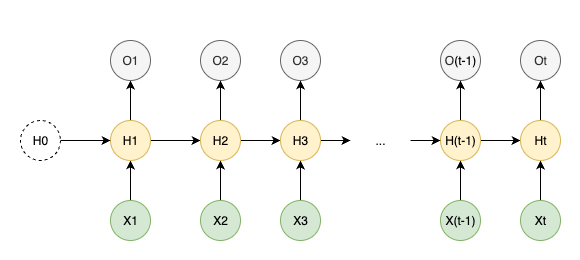
Before: assets/images/RNN unrolled architecture.png, a diagram exported from draw.io (Wayne82/wayne82.github.io). Source tidied: cells renumbered, new cells last; positions are measured from the earlier drawing's top-left corner, leaving out a move shared by most shapes. The source it was exported from:
```xml
<mxGraphModel>
  <root>
    <mxCell id="0" />
    <mxCell id="1" parent="0" />
    <mxCell id="2" style="rounded=0;whiteSpace=wrap;html=1;strokeColor=none;" parent="1" vertex="1">
      <mxGeometry width="580" height="260" as="geometry" />
    </mxCell>
    <mxCell id="3" style="edgeStyle=orthogonalEdgeStyle;rounded=0;jettySize=auto;html=1;" parent="1" edge="1" source="4" target="7">
      <mxGeometry relative="1" as="geometry" />
    </mxCell>
    <mxCell id="4" value="X1" style="ellipse;whiteSpace=wrap;html=1;fillColor=#d5e8d4;strokeColor=#82b366;" parent="1" vertex="1">
      <mxGeometry x="110" y="200" width="40" height="40" as="geometry" />
    </mxCell>
    <mxCell id="5" style="edgeStyle=orthogonalEdgeStyle;rounded=0;jettySize=auto;html=1;" parent="1" edge="1" source="7" target="8">
      <mxGeometry relative="1" as="geometry" />
    </mxCell>
    <mxCell id="6" style="edgeStyle=orthogonalEdgeStyle;rounded=0;jettySize=auto;html=1;" parent="1" edge="1" source="7" target="13">
      <mxGeometry relative="1" as="geometry" />
    </mxCell>
    <mxCell id="7" value="H1" style="ellipse;whiteSpace=wrap;html=1;fillColor=#fff2cc;strokeColor=#d6b656;" parent="1" vertex="1">
      <mxGeometry x="110" y="120" width="40" height="40" as="geometry" />
    </mxCell>
    <mxCell id="8" value="O1" style="ellipse;whiteSpace=wrap;html=1;fillColor=#f5f5f5;fontColor=#333333;strokeColor=#666666;" parent="1" vertex="1">
      <mxGeometry x="110" y="40" width="40" height="40" as="geometry" />
    </mxCell>
    <mxCell id="9" style="edgeStyle=orthogonalEdgeStyle;rounded=0;jettySize=auto;html=1;" parent="1" edge="1" source="10" target="13">
      <mxGeometry relative="1" as="geometry" />
    </mxCell>
    <mxCell id="10" value="X2" style="ellipse;whiteSpace=wrap;html=1;fillColor=#d5e8d4;strokeColor=#82b366;" parent="1" vertex="1">
      <mxGeometry x="200" y="200" width="40" height="40" as="geometry" />
    </mxCell>
    <mxCell id="11" style="edgeStyle=orthogonalEdgeStyle;rounded=0;jettySize=auto;html=1;" parent="1" edge="1" source="13" target="14">
      <mxGeometry relative="1" as="geometry" />
    </mxCell>
    <mxCell id="12" style="edgeStyle=orthogonalEdgeStyle;rounded=0;jettySize=auto;html=1;" parent="1" edge="1" source="13" target="19">
      <mxGeometry relative="1" as="geometry" />
    </mxCell>
    <mxCell id="13" value="H2" style="ellipse;whiteSpace=wrap;html=1;fillColor=#fff2cc;strokeColor=#d6b656;" parent="1" vertex="1">
      <mxGeometry x="200" y="120" width="40" height="40" as="geometry" />
    </mxCell>
    <mxCell id="14" value="O2" style="ellipse;whiteSpace=wrap;html=1;fillColor=#f5f5f5;fontColor=#333333;strokeColor=#666666;" parent="1" vertex="1">
      <mxGeometry x="200" y="40" width="40" height="40" as="geometry" />
    </mxCell>
    <mxCell id="15" style="edgeStyle=orthogonalEdgeStyle;rounded=0;jettySize=auto;html=1;" parent="1" edge="1" source="16" target="19">
      <mxGeometry relative="1" as="geometry" />
    </mxCell>
    <mxCell id="16" value="X3" style="ellipse;whiteSpace=wrap;html=1;fillColor=#d5e8d4;strokeColor=#82b366;" parent="1" vertex="1">
      <mxGeometry x="280" y="200" width="40" height="40" as="geometry" />
    </mxCell>
    <mxCell id="17" style="edgeStyle=orthogonalEdgeStyle;rounded=0;jettySize=auto;html=1;" parent="1" edge="1" source="19" target="20">
      <mxGeometry relative="1" as="geometry" />
    </mxCell>
    <mxCell id="18" style="edgeStyle=orthogonalEdgeStyle;rounded=0;jettySize=auto;html=1;" parent="1" edge="1" source="19" target="28">
      <mxGeometry relative="1" as="geometry" />
    </mxCell>
    <mxCell id="19" value="H3" style="ellipse;whiteSpace=wrap;html=1;fillColor=#fff2cc;strokeColor=#d6b656;" parent="1" vertex="1">
      <mxGeometry x="280" y="120" width="40" height="40" as="geometry" />
    </mxCell>
    <mxCell id="20" value="O3" style="ellipse;whiteSpace=wrap;html=1;fillColor=#f5f5f5;fontColor=#333333;strokeColor=#666666;" parent="1" vertex="1">
      <mxGeometry x="280" y="40" width="40" height="40" as="geometry" />
    </mxCell>
    <mxCell id="21" style="edgeStyle=orthogonalEdgeStyle;rounded=0;jettySize=auto;html=1;" parent="1" edge="1" source="22" target="25">
      <mxGeometry relative="1" as="geometry" />
    </mxCell>
    <mxCell id="22" value="X(t-1)" style="ellipse;whiteSpace=wrap;html=1;fillColor=#d5e8d4;strokeColor=#82b366;" parent="1" vertex="1">
      <mxGeometry x="440" y="200" width="40" height="40" as="geometry" />
    </mxCell>
    <mxCell id="23" style="edgeStyle=orthogonalEdgeStyle;rounded=0;jettySize=auto;html=1;" parent="1" edge="1" source="25" target="26">
      <mxGeometry relative="1" as="geometry" />
    </mxCell>
    <mxCell id="24" style="edgeStyle=orthogonalEdgeStyle;rounded=0;jettySize=auto;html=1;" parent="1" edge="1" source="25" target="32">
      <mxGeometry relative="1" as="geometry" />
    </mxCell>
    <mxCell id="25" value="H(t-1)" style="ellipse;whiteSpace=wrap;html=1;fillColor=#fff2cc;strokeColor=#d6b656;" parent="1" vertex="1">
      <mxGeometry x="440" y="120" width="40" height="40" as="geometry" />
    </mxCell>
    <mxCell id="26" value="O&lt;span style=&quot;color: rgb(0, 0, 0);&quot;&gt;(t-1)&lt;/span&gt;" style="ellipse;whiteSpace=wrap;html=1;fillColor=#f5f5f5;fontColor=#333333;strokeColor=#666666;" parent="1" vertex="1">
      <mxGeometry x="440" y="40" width="40" height="40" as="geometry" />
    </mxCell>
    <mxCell id="27" style="edgeStyle=orthogonalEdgeStyle;rounded=0;jettySize=auto;html=1;" parent="1" edge="1" source="28" target="25">
      <mxGeometry relative="1" as="geometry" />
    </mxCell>
    <mxCell id="28" value="..." style="text;html=1;align=center;verticalAlign=middle;whiteSpace=wrap;rounded=0;" parent="1" vertex="1">
      <mxGeometry x="350" y="125" width="60" height="30" as="geometry" />
    </mxCell>
    <mxCell id="29" style="edgeStyle=orthogonalEdgeStyle;rounded=0;jettySize=auto;html=1;" parent="1" edge="1" source="30" target="32">
      <mxGeometry relative="1" as="geometry" />
    </mxCell>
    <mxCell id="30" value="Xt" style="ellipse;whiteSpace=wrap;html=1;fillColor=#d5e8d4;strokeColor=#82b366;" parent="1" vertex="1">
      <mxGeometry x="520" y="200" width="40" height="40" as="geometry" />
    </mxCell>
    <mxCell id="31" style="edgeStyle=orthogonalEdgeStyle;rounded=0;jettySize=auto;html=1;" parent="1" edge="1" source="32" target="33">
      <mxGeometry relative="1" as="geometry" />
    </mxCell>
    <mxCell id="32" value="Ht" style="ellipse;whiteSpace=wrap;html=1;fillColor=#fff2cc;strokeColor=#d6b656;" parent="1" vertex="1">
      <mxGeometry x="520" y="120" width="40" height="40" as="geometry" />
    </mxCell>
    <mxCell id="33" value="Ot" style="ellipse;whiteSpace=wrap;html=1;fillColor=#f5f5f5;fontColor=#333333;strokeColor=#666666;" parent="1" vertex="1">
      <mxGeometry x="520" y="40" width="40" height="40" as="geometry" />
    </mxCell>
    <mxCell id="34" style="edgeStyle=orthogonalEdgeStyle;rounded=0;jettySize=auto;html=1;" parent="1" edge="1" source="35" target="7">
      <mxGeometry relative="1" as="geometry" />
    </mxCell>
    <mxCell id="35" value="H0" style="ellipse;whiteSpace=wrap;html=1;dashed=1;" parent="1" vertex="1">
      <mxGeometry x="20" y="120" width="40" height="40" as="geometry" />
    </mxCell>
  </root>
</mxGraphModel>
```
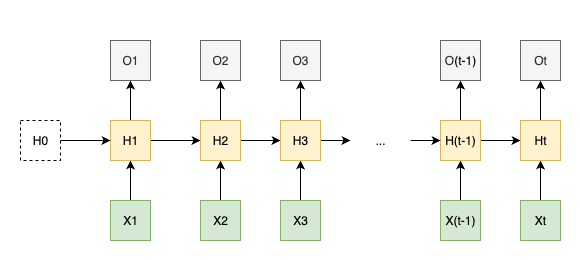
The same diagram one commit later.

Change to the diagram source:
```diff
@@ -8,7 +8,7 @@
     <mxCell id="3" style="edgeStyle=orthogonalEdgeStyle;rounded=0;jettySize=auto;html=1;" parent="1" edge="1" source="4" target="7">
       <mxGeometry relative="1" as="geometry" />
     </mxCell>
-    <mxCell id="4" value="X1" style="ellipse;whiteSpace=wrap;html=1;fillColor=#d5e8d4;strokeColor=#82b366;" parent="1" vertex="1">
+    <mxCell id="4" value="X1" style="rectangle;whiteSpace=wrap;html=1;fillColor=#d5e8d4;strokeColor=#82b366;" parent="1" vertex="1">
       <mxGeometry x="110" y="200" width="40" height="40" as="geometry" />
     </mxCell>
     <mxCell id="5" style="edgeStyle=orthogonalEdgeStyle;rounded=0;jettySize=auto;html=1;" parent="1" edge="1" source="7" target="8">
@@ -17,16 +17,16 @@
     <mxCell id="6" style="edgeStyle=orthogonalEdgeStyle;rounded=0;jettySize=auto;html=1;" parent="1" edge="1" source="7" target="13">
       <mxGeometry relative="1" as="geometry" />
     </mxCell>
-    <mxCell id="7" value="H1" style="ellipse;whiteSpace=wrap;html=1;fillColor=#fff2cc;strokeColor=#d6b656;" parent="1" vertex="1">
+    <mxCell id="7" value="H1" style="rectangle;whiteSpace=wrap;html=1;fillColor=#fff2cc;strokeColor=#d6b656;" parent="1" vertex="1">
       <mxGeometry x="110" y="120" width="40" height="40" as="geometry" />
     </mxCell>
-    <mxCell id="8" value="O1" style="ellipse;whiteSpace=wrap;html=1;fillColor=#f5f5f5;fontColor=#333333;strokeColor=#666666;" parent="1" vertex="1">
+    <mxCell id="8" value="O1" style="rectangle;whiteSpace=wrap;html=1;fillColor=#f5f5f5;fontColor=#333333;strokeColor=#666666;" parent="1" vertex="1">
       <mxGeometry x="110" y="40" width="40" height="40" as="geometry" />
     </mxCell>
     <mxCell id="9" style="edgeStyle=orthogonalEdgeStyle;rounded=0;jettySize=auto;html=1;" parent="1" edge="1" source="10" target="13">
       <mxGeometry relative="1" as="geometry" />
     </mxCell>
-    <mxCell id="10" value="X2" style="ellipse;whiteSpace=wrap;html=1;fillColor=#d5e8d4;strokeColor=#82b366;" parent="1" vertex="1">
+    <mxCell id="10" value="X2" style="rectangle;whiteSpace=wrap;html=1;fillColor=#d5e8d4;strokeColor=#82b366;" parent="1" vertex="1">
       <mxGeometry x="200" y="200" width="40" height="40" as="geometry" />
     </mxCell>
     <mxCell id="11" style="edgeStyle=orthogonalEdgeStyle;rounded=0;jettySize=auto;html=1;" parent="1" edge="1" source="13" target="14">
@@ -35,16 +35,16 @@
     <mxCell id="12" style="edgeStyle=orthogonalEdgeStyle;rounded=0;jettySize=auto;html=1;" parent="1" edge="1" source="13" target="19">
       <mxGeometry relative="1" as="geometry" />
     </mxCell>
-    <mxCell id="13" value="H2" style="ellipse;whiteSpace=wrap;html=1;fillColor=#fff2cc;strokeColor=#d6b656;" parent="1" vertex="1">
+    <mxCell id="13" value="H2" style="rectangle;whiteSpace=wrap;html=1;fillColor=#fff2cc;strokeColor=#d6b656;" parent="1" vertex="1">
       <mxGeometry x="200" y="120" width="40" height="40" as="geometry" />
     </mxCell>
-    <mxCell id="14" value="O2" style="ellipse;whiteSpace=wrap;html=1;fillColor=#f5f5f5;fontColor=#333333;strokeColor=#666666;" parent="1" vertex="1">
+    <mxCell id="14" value="O2" style="rectangle;whiteSpace=wrap;html=1;fillColor=#f5f5f5;fontColor=#333333;strokeColor=#666666;" parent="1" vertex="1">
       <mxGeometry x="200" y="40" width="40" height="40" as="geometry" />
     </mxCell>
     <mxCell id="15" style="edgeStyle=orthogonalEdgeStyle;rounded=0;jettySize=auto;html=1;" parent="1" edge="1" source="16" target="19">
       <mxGeometry relative="1" as="geometry" />
     </mxCell>
-    <mxCell id="16" value="X3" style="ellipse;whiteSpace=wrap;html=1;fillColor=#d5e8d4;strokeColor=#82b366;" parent="1" vertex="1">
+    <mxCell id="16" value="X3" style="rectangle;whiteSpace=wrap;html=1;fillColor=#d5e8d4;strokeColor=#82b366;" parent="1" vertex="1">
       <mxGeometry x="280" y="200" width="40" height="40" as="geometry" />
     </mxCell>
     <mxCell id="17" style="edgeStyle=orthogonalEdgeStyle;rounded=0;jettySize=auto;html=1;" parent="1" edge="1" source="19" target="20">
@@ -53,16 +53,16 @@
     <mxCell id="18" style="edgeStyle=orthogonalEdgeStyle;rounded=0;jettySize=auto;html=1;" parent="1" edge="1" source="19" target="28">
       <mxGeometry relative="1" as="geometry" />
     </mxCell>
-    <mxCell id="19" value="H3" style="ellipse;whiteSpace=wrap;html=1;fillColor=#fff2cc;strokeColor=#d6b656;" parent="1" vertex="1">
+    <mxCell id="19" value="H3" style="rectangle;whiteSpace=wrap;html=1;fillColor=#fff2cc;strokeColor=#d6b656;" parent="1" vertex="1">
       <mxGeometry x="280" y="120" width="40" height="40" as="geometry" />
     </mxCell>
-    <mxCell id="20" value="O3" style="ellipse;whiteSpace=wrap;html=1;fillColor=#f5f5f5;fontColor=#333333;strokeColor=#666666;" parent="1" vertex="1">
+    <mxCell id="20" value="O3" style="rectangle;whiteSpace=wrap;html=1;fillColor=#f5f5f5;fontColor=#333333;strokeColor=#666666;" parent="1" vertex="1">
       <mxGeometry x="280" y="40" width="40" height="40" as="geometry" />
     </mxCell>
     <mxCell id="21" style="edgeStyle=orthogonalEdgeStyle;rounded=0;jettySize=auto;html=1;" parent="1" edge="1" source="22" target="25">
       <mxGeometry relative="1" as="geometry" />
     </mxCell>
-    <mxCell id="22" value="X(t-1)" style="ellipse;whiteSpace=wrap;html=1;fillColor=#d5e8d4;strokeColor=#82b366;" parent="1" vertex="1">
+    <mxCell id="22" value="X(t-1)" style="rectangle;whiteSpace=wrap;html=1;fillColor=#d5e8d4;strokeColor=#82b366;" parent="1" vertex="1">
       <mxGeometry x="440" y="200" width="40" height="40" as="geometry" />
     </mxCell>
     <mxCell id="23" style="edgeStyle=orthogonalEdgeStyle;rounded=0;jettySize=auto;html=1;" parent="1" edge="1" source="25" target="26">
@@ -71,10 +71,10 @@
     <mxCell id="24" style="edgeStyle=orthogonalEdgeStyle;rounded=0;jettySize=auto;html=1;" parent="1" edge="1" source="25" target="32">
       <mxGeometry relative="1" as="geometry" />
     </mxCell>
-    <mxCell id="25" value="H(t-1)" style="ellipse;whiteSpace=wrap;html=1;fillColor=#fff2cc;strokeColor=#d6b656;" parent="1" vertex="1">
+    <mxCell id="25" value="H(t-1)" style="rectangle;whiteSpace=wrap;html=1;fillColor=#fff2cc;strokeColor=#d6b656;" parent="1" vertex="1">
       <mxGeometry x="440" y="120" width="40" height="40" as="geometry" />
     </mxCell>
-    <mxCell id="26" value="O&lt;span style=&quot;color: rgb(0, 0, 0);&quot;&gt;(t-1)&lt;/span&gt;" style="ellipse;whiteSpace=wrap;html=1;fillColor=#f5f5f5;fontColor=#333333;strokeColor=#666666;" parent="1" vertex="1">
+    <mxCell id="26" value="O&lt;span style=&quot;color: rgb(0, 0, 0);&quot;&gt;(t-1)&lt;/span&gt;" style="rectangle;whiteSpace=wrap;html=1;fillColor=#f5f5f5;fontColor=#333333;strokeColor=#666666;" parent="1" vertex="1">
       <mxGeometry x="440" y="40" width="40" height="40" as="geometry" />
     </mxCell>
     <mxCell id="27" style="edgeStyle=orthogonalEdgeStyle;rounded=0;jettySize=auto;html=1;" parent="1" edge="1" source="28" target="25">
@@ -86,22 +86,22 @@
     <mxCell id="29" style="edgeStyle=orthogonalEdgeStyle;rounded=0;jettySize=auto;html=1;" parent="1" edge="1" source="30" target="32">
       <mxGeometry relative="1" as="geometry" />
     </mxCell>
-    <mxCell id="30" value="Xt" style="ellipse;whiteSpace=wrap;html=1;fillColor=#d5e8d4;strokeColor=#82b366;" parent="1" vertex="1">
+    <mxCell id="30" value="Xt" style="rectangle;whiteSpace=wrap;html=1;fillColor=#d5e8d4;strokeColor=#82b366;" parent="1" vertex="1">
       <mxGeometry x="520" y="200" width="40" height="40" as="geometry" />
     </mxCell>
     <mxCell id="31" style="edgeStyle=orthogonalEdgeStyle;rounded=0;jettySize=auto;html=1;" parent="1" edge="1" source="32" target="33">
       <mxGeometry relative="1" as="geometry" />
     </mxCell>
-    <mxCell id="32" value="Ht" style="ellipse;whiteSpace=wrap;html=1;fillColor=#fff2cc;strokeColor=#d6b656;" parent="1" vertex="1">
+    <mxCell id="32" value="Ht" style="rectangle;whiteSpace=wrap;html=1;fillColor=#fff2cc;strokeColor=#d6b656;" parent="1" vertex="1">
       <mxGeometry x="520" y="120" width="40" height="40" as="geometry" />
     </mxCell>
-    <mxCell id="33" value="Ot" style="ellipse;whiteSpace=wrap;html=1;fillColor=#f5f5f5;fontColor=#333333;strokeColor=#666666;" parent="1" vertex="1">
+    <mxCell id="33" value="Ot" style="rectangle;whiteSpace=wrap;html=1;fillColor=#f5f5f5;fontColor=#333333;strokeColor=#666666;" parent="1" vertex="1">
       <mxGeometry x="520" y="40" width="40" height="40" as="geometry" />
     </mxCell>
     <mxCell id="34" style="edgeStyle=orthogonalEdgeStyle;rounded=0;jettySize=auto;html=1;" parent="1" edge="1" source="35" target="7">
       <mxGeometry relative="1" as="geometry" />
     </mxCell>
-    <mxCell id="35" value="H0" style="ellipse;whiteSpace=wrap;html=1;dashed=1;" parent="1" vertex="1">
+    <mxCell id="35" value="H0" style="rectangle;whiteSpace=wrap;html=1;dashed=1;" parent="1" vertex="1">
       <mxGeometry x="20" y="120" width="40" height="40" as="geometry" />
     </mxCell>
   </root>
```
